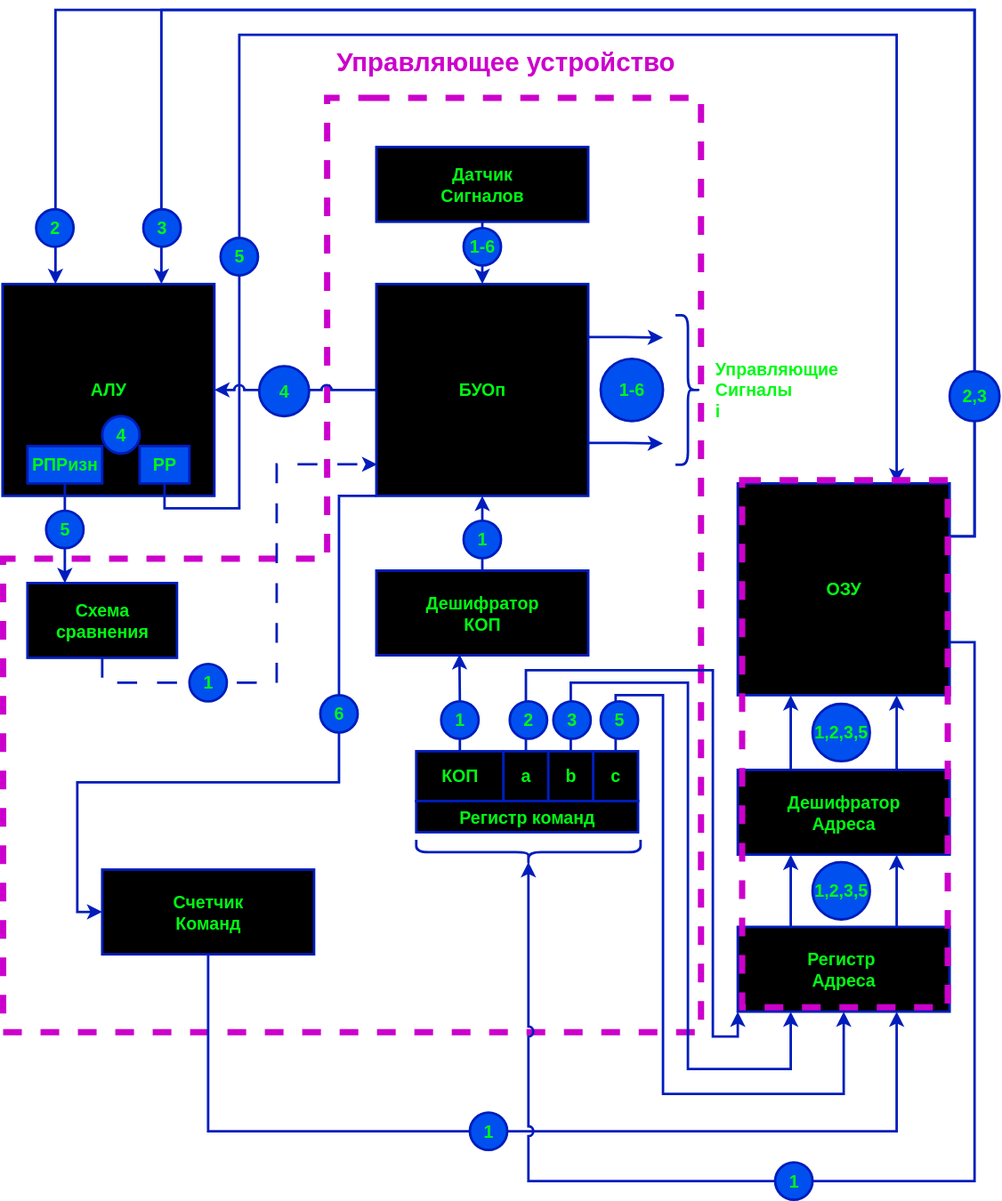
m1sh4k/mephi_ib_iics_1st_curs_conspects keeps this draw.io diagram as Attachments/evm/trehaddr_evm.drawio.svg. Above is the earlier version. Source tidied: cells renumbered, new cells last; positions are measured from the earlier drawing's top-left corner, leaving out a move shared by most shapes.
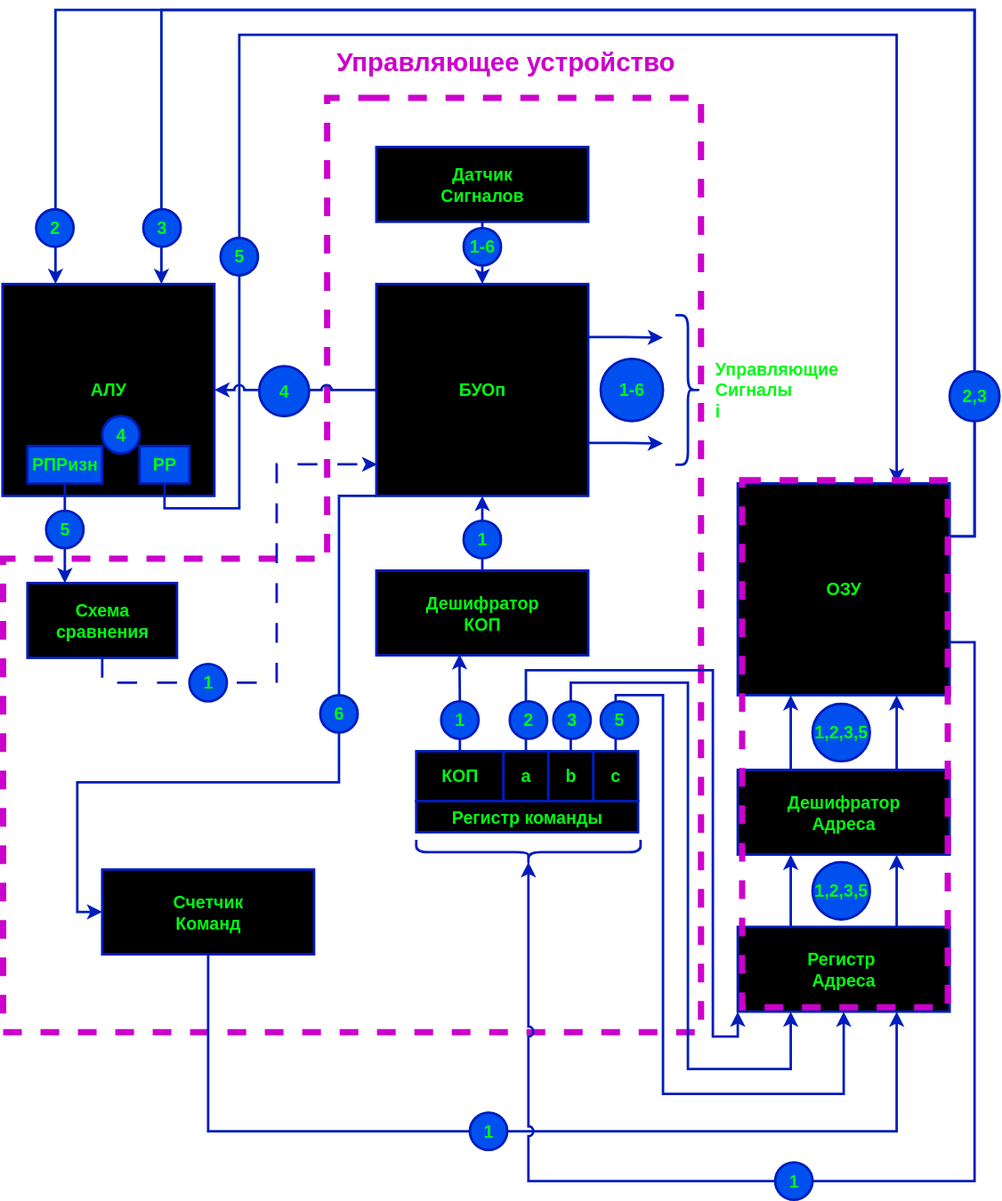
Later version of the same file.

The edit, as a diff of the source:
```diff
@@ -213,7 +213,7 @@
     <mxCell id="47" value="1" style="ellipse;whiteSpace=wrap;html=1;rounded=0;strokeColor=#001DBC;strokeWidth=2;align=center;verticalAlign=middle;fontFamily=Helvetica;fontSize=14;fontColor=light-dark(#00FA14,#00FA14);fillColor=#0050ef;textShadow=0;fontStyle=1;" parent="1" vertex="1">
       <mxGeometry x="620" y="925" width="30" height="30" as="geometry" />
     </mxCell>
-    <mxCell id="48" value="Регистр команд" style="rounded=0;whiteSpace=wrap;html=1;strokeWidth=2;fillColor=light-dark(#00FA14,#000000);fontColor=light-dark(#00FA14,#00FA14);strokeColor=#001DBC;textShadow=0;fontSize=14;fontStyle=1;" parent="1" vertex="1">
+    <mxCell id="48" value="Регистр команды" style="rounded=0;whiteSpace=wrap;html=1;strokeWidth=2;fillColor=light-dark(#00FA14,#000000);fontColor=light-dark(#00FA14,#00FA14);strokeColor=#001DBC;textShadow=0;fontSize=14;fontStyle=1;" parent="1" vertex="1">
       <mxGeometry x="332" y="635" width="178" height="25" as="geometry" />
     </mxCell>
     <mxCell id="49" style="edgeStyle=orthogonalEdgeStyle;shape=connector;rounded=0;jettySize=auto;html=1;exitX=0.5;exitY=0;exitDx=0;exitDy=0;entryX=0.392;entryY=0.987;entryDx=0;entryDy=0;entryPerimeter=0;strokeColor=#001DBC;strokeWidth=2;align=center;verticalAlign=middle;fontFamily=Helvetica;fontSize=14;fontColor=light-dark(#00FA14,#00FA14);fontStyle=1;labelBackgroundColor=default;endArrow=classic;fillColor=#0050ef;" parent="1" edge="1" source="24" target="21">
```
